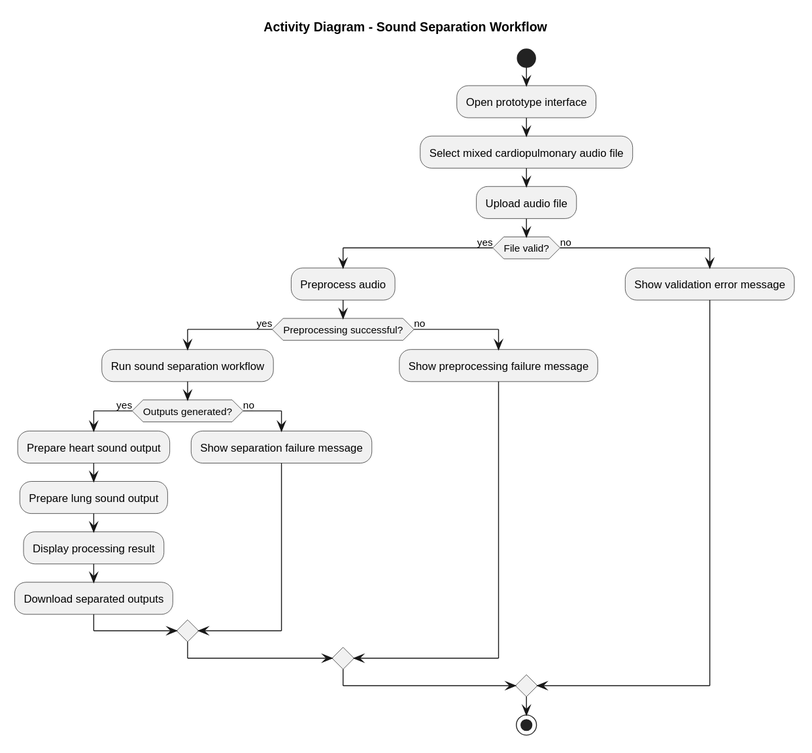
ASHRAF-2004/fyp-cardiopulmonary-sound-separation-report keeps this PlantUML diagram as report/quarto/figures/plantuml/activity_diagram.svg. Above is the earlier version.
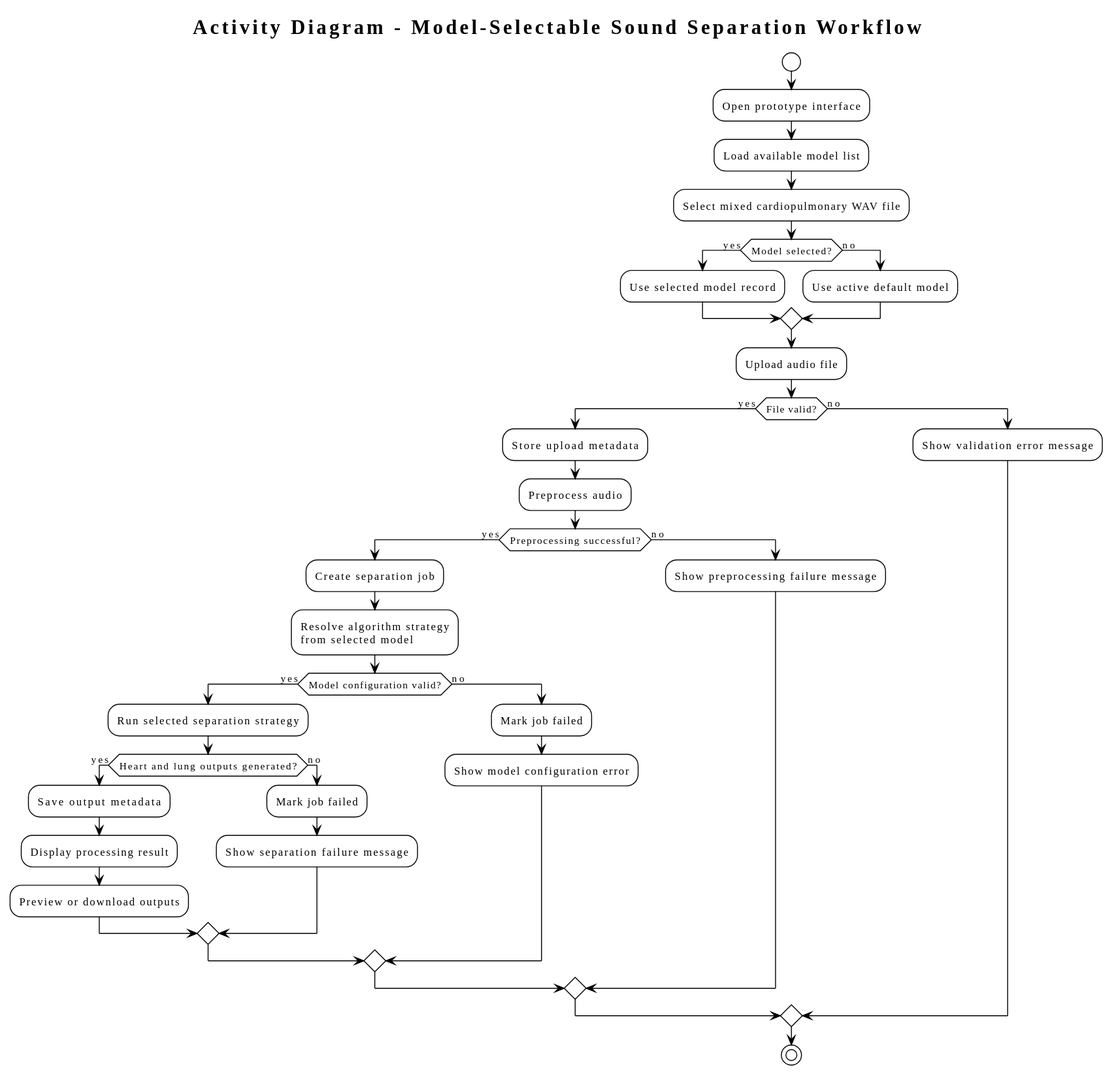
The same file after the commit.

What changed in the source:
```diff
@@ -1,22 +1,41 @@
 @startuml
-title Activity Diagram - Sound Separation Workflow
+!theme plain
+title Activity Diagram - Model-Selectable Sound Separation Workflow
+
+skinparam shadowing false
 
 start
 :Open prototype interface;
-:Select mixed cardiopulmonary audio file;
+:Load available model list;
+:Select mixed cardiopulmonary WAV file;
+
+if (Model selected?) then (yes)
+  :Use selected model record;
+else (no)
+  :Use active default model;
+endif
+
 :Upload audio file;
 
 if (File valid?) then (yes)
+  :Store upload metadata;
   :Preprocess audio;
   if (Preprocessing successful?) then (yes)
-    :Run sound separation workflow;
-    if (Outputs generated?) then (yes)
-      :Prepare heart sound output;
-      :Prepare lung sound output;
-      :Display processing result;
-      :Download separated outputs;
+    :Create separation job;
+    :Resolve algorithm strategy\nfrom selected model;
+    if (Model configuration valid?) then (yes)
+      :Run selected separation strategy;
+      if (Heart and lung outputs generated?) then (yes)
+        :Save output metadata;
+        :Display processing result;
+        :Preview or download outputs;
+      else (no)
+        :Mark job failed;
+        :Show separation failure message;
+      endif
     else (no)
-      :Show separation failure message;
+      :Mark job failed;
+      :Show model configuration error;
     endif
   else (no)
     :Show preprocessing failure message;
```
